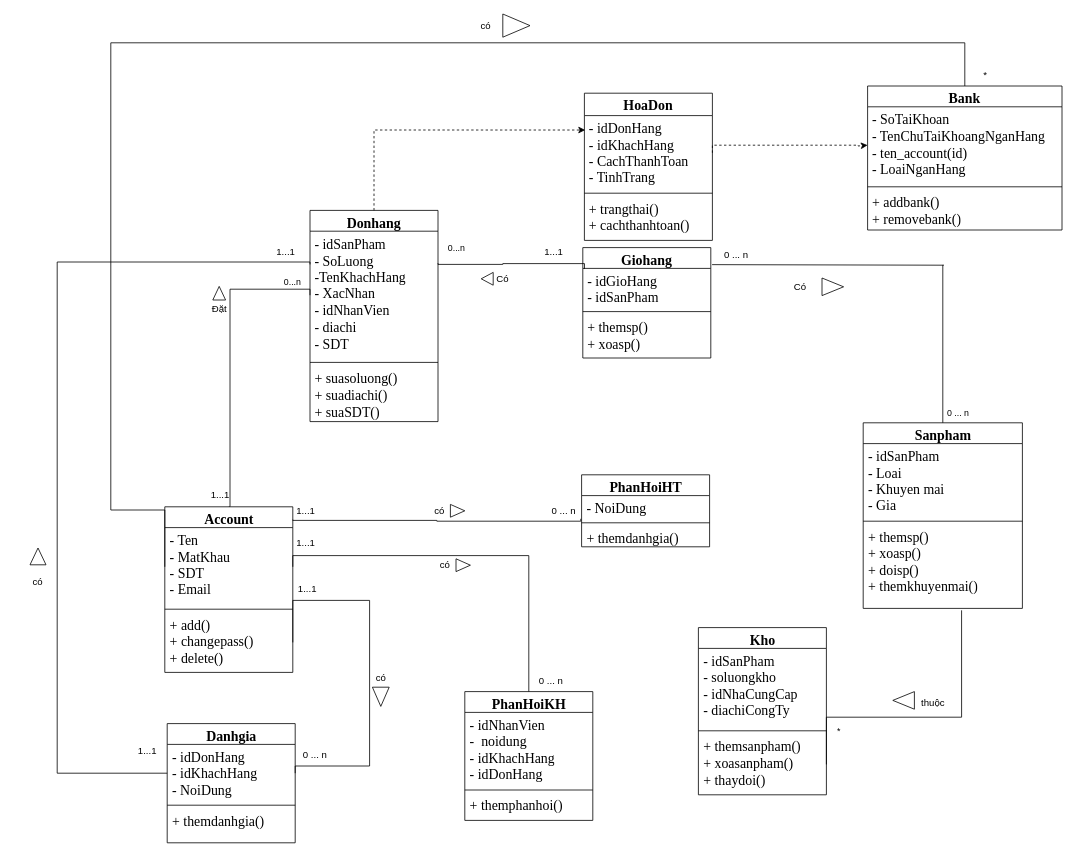
Earlier version of the draw.io diagram page "Xây dựng biểu đồ lớp" (3 of 4) of CMC/Phân tích và thiết kế hệ thống/BÀI TẬP PHÂN TÍCH THIẾT KẾ HƯỚNG ĐỐI TƯỢNG.drawio (tranthihuong-753/test). Source tidied: cells renumbered, new cells numbered last; positions are measured from the earlier drawing's top-left corner, leaving out a move shared by most shapes. Both pictures are drawn from the tidied source at 80%, with x=0, y=0 at pixel (14, 14).
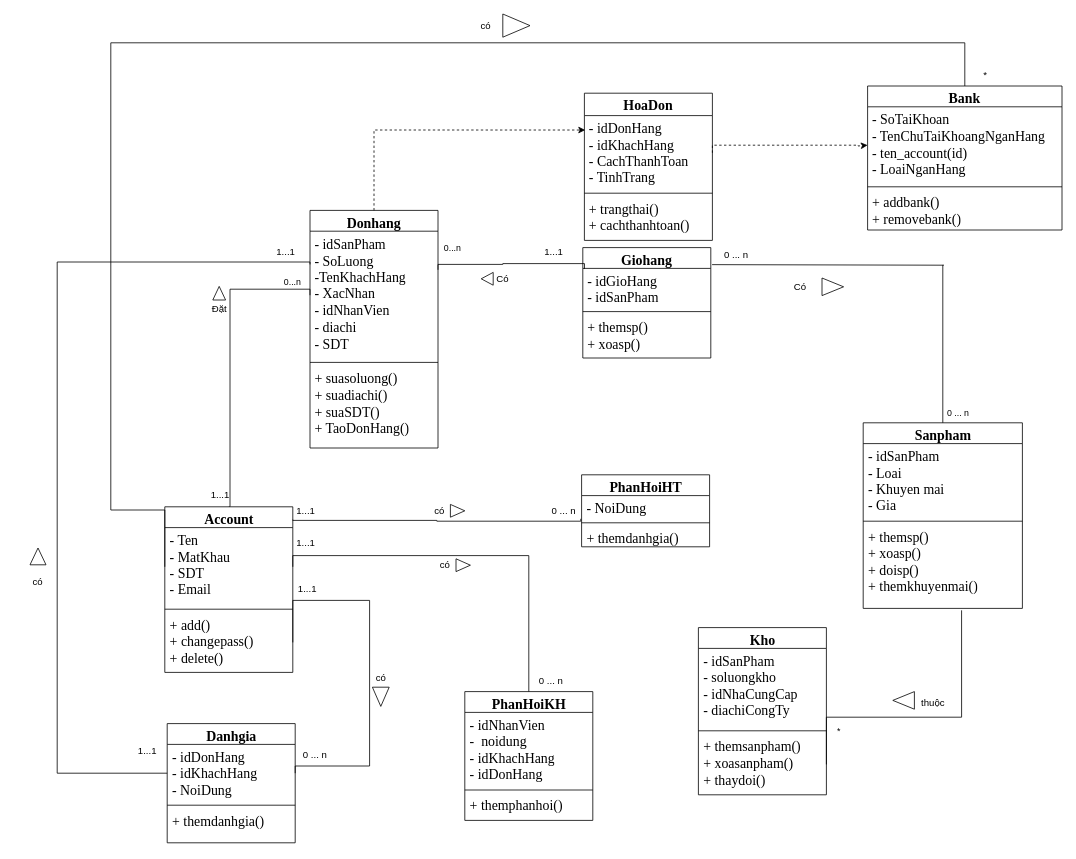
Above is the later version.

Diff of the diagram source:
```diff
@@
     <mxCell id="15" value="&lt;span id=&quot;docs-internal-guid-fb8cece3-7fff-2453-b0e8-a5bc2e58cce7&quot;&gt;&lt;span style=&quot;font-size: 13pt; font-family: &amp;quot;Times New Roman&amp;quot;, serif; background-color: transparent; font-weight: 700; font-variant-numeric: normal; font-variant-east-asian: normal; font-variant-alternates: normal; font-variant-position: normal; vertical-align: baseline; white-space-collapse: preserve;&quot;&gt;Donhang&lt;/span&gt;&lt;/span&gt;" style="swimlane;fontStyle=0;align=center;verticalAlign=top;horizontal=1;startSize=26;whiteSpace=wrap;html=1;fontFamily=Helvetica;" parent="1" vertex="1">
-      <mxGeometry x="370" y="245.5" width="160" height="264" as="geometry" />
+      <mxGeometry x="370" y="245.5" width="160" height="297" as="geometry" />
     </mxCell>
@@
-    <mxCell id="18" value="&lt;span id=&quot;docs-internal-guid-2cda0438-7fff-d3e6-2092-9c8983a854ea&quot;&gt;&lt;p style=&quot;line-height:1.2;margin-top:0pt;margin-bottom:0pt;&quot; dir=&quot;ltr&quot;&gt;&lt;span style=&quot;font-size: 13pt; font-family: &amp;quot;Times New Roman&amp;quot;, serif; background-color: transparent; font-variant-numeric: normal; font-variant-east-asian: normal; font-variant-alternates: normal; font-variant-position: normal; vertical-align: baseline; white-space-collapse: preserve;&quot;&gt;+ suasoluong()&lt;/span&gt;&lt;/p&gt;&lt;p style=&quot;line-height:1.2;margin-top:0pt;margin-bottom:0pt;&quot; dir=&quot;ltr&quot;&gt;&lt;span style=&quot;font-size: 13pt; font-family: &amp;quot;Times New Roman&amp;quot;, serif; background-color: transparent; font-variant-numeric: normal; font-variant-east-asian: normal; font-variant-alternates: normal; font-variant-position: normal; vertical-align: baseline; white-space-collapse: preserve;&quot;&gt;+ suadiachi()&amp;nbsp;&lt;/span&gt;&lt;/p&gt;&lt;p style=&quot;line-height:1.2;margin-top:0pt;margin-bottom:0pt;&quot; dir=&quot;ltr&quot;&gt;&lt;span style=&quot;font-size: 13pt; font-family: &amp;quot;Times New Roman&amp;quot;, serif; background-color: transparent; font-variant-numeric: normal; font-variant-east-asian: normal; font-variant-alternates: normal; font-variant-position: normal; vertical-align: baseline; white-space-collapse: preserve;&quot;&gt;+ suaSDT() &lt;/span&gt;&lt;/p&gt;&lt;div&gt;&lt;span style=&quot;font-size: 13pt; font-family: &amp;quot;Times New Roman&amp;quot;, serif; background-color: transparent; font-variant-numeric: normal; font-variant-east-asian: normal; font-variant-alternates: normal; font-variant-position: normal; vertical-align: baseline; white-space-collapse: preserve;&quot;&gt;&lt;br&gt;&lt;/span&gt;&lt;/div&gt;&lt;/span&gt;" style="text;strokeColor=none;fillColor=none;align=left;verticalAlign=top;spacingLeft=4;spacingRight=4;overflow=hidden;whiteSpace=wrap;html=1;fontFamily=Helvetica;fontStyle=0;" parent="15" vertex="1">
-      <mxGeometry y="194" width="160" height="70" as="geometry" />
+    <mxCell id="18" value="&lt;span id=&quot;docs-internal-guid-2cda0438-7fff-d3e6-2092-9c8983a854ea&quot;&gt;&lt;p style=&quot;line-height:1.2;margin-top:0pt;margin-bottom:0pt;&quot; dir=&quot;ltr&quot;&gt;&lt;span style=&quot;font-size:13pt;font-family:'Times New Roman',serif;color:#000000;background-color:transparent;font-weight:400;font-style:normal;font-variant:normal;text-decoration:none;vertical-align:baseline;white-space:pre;white-space:pre-wrap;&quot;&gt;+ suasoluong()&lt;/span&gt;&lt;/p&gt;&lt;p style=&quot;line-height:1.2;margin-top:0pt;margin-bottom:0pt;&quot; dir=&quot;ltr&quot;&gt;&lt;span style=&quot;font-size:13pt;font-family:'Times New Roman',serif;color:#000000;background-color:transparent;font-weight:400;font-style:normal;font-variant:normal;text-decoration:none;vertical-align:baseline;white-space:pre;white-space:pre-wrap;&quot;&gt;+ suadiachi()&amp;nbsp;&lt;/span&gt;&lt;/p&gt;&lt;p style=&quot;line-height:1.2;margin-top:0pt;margin-bottom:0pt;&quot; dir=&quot;ltr&quot;&gt;&lt;span style=&quot;font-size:13pt;font-family:'Times New Roman',serif;color:#000000;background-color:transparent;font-weight:400;font-style:normal;font-variant:normal;text-decoration:none;vertical-align:baseline;white-space:pre;white-space:pre-wrap;&quot;&gt;+ suaSDT()&amp;nbsp;&lt;/span&gt;&lt;/p&gt;&lt;p style=&quot;line-height:1.2;margin-top:0pt;margin-bottom:0pt;&quot; dir=&quot;ltr&quot;&gt;&lt;span id=&quot;docs-internal-guid-2a701c94-7fff-9756-90bb-46ccf4bc9377&quot;&gt;&lt;/span&gt;&lt;/p&gt;&lt;p style=&quot;line-height:1.2;margin-top:0pt;margin-bottom:0pt;&quot; dir=&quot;ltr&quot;&gt;&lt;span style=&quot;font-size:13pt;font-family:'Times New Roman',serif;color:#000000;background-color:transparent;font-weight:400;font-style:normal;font-variant:normal;text-decoration:none;vertical-align:baseline;white-space:pre;white-space:pre-wrap;&quot;&gt;+ TaoDonHang()&lt;/span&gt;&lt;/p&gt;&lt;/span&gt;" style="text;strokeColor=none;fillColor=none;align=left;verticalAlign=top;spacingLeft=4;spacingRight=4;overflow=hidden;whiteSpace=wrap;html=1;fontFamily=Helvetica;fontStyle=0;" parent="15" vertex="1">
+      <mxGeometry y="194" width="160" height="103" as="geometry" />
     </mxCell>
```
